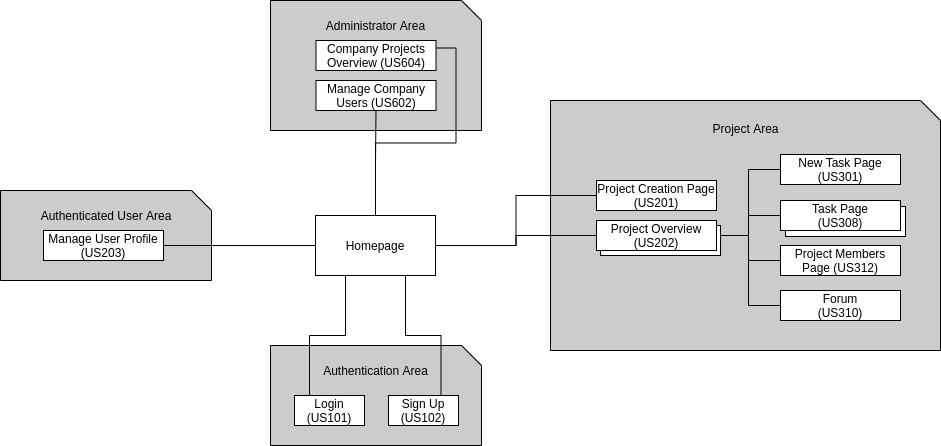
The draw.io diagram sitemap.png in HenriqueNPinho/FEUP-LBAW, before a commit. Source tidied: cells renumbered, new cells last; positions are measured from the earlier drawing's top-left corner, leaving out a move shared by most shapes.
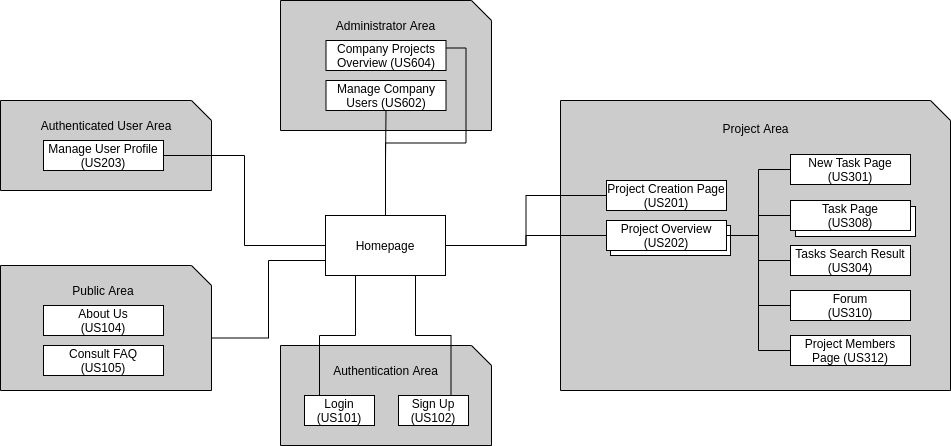
Later version of the same file.

Diff of the diagram source:
```diff
@@ -5,6 +5,9 @@
     <mxCell id="2" style="shape=card;whiteSpace=wrap;html=1;fillColor=#CCCCCC;align=center;size=20;flipV=0;flipH=1;" parent="1" vertex="1">
       <mxGeometry x="270" y="345" width="211" height="100" as="geometry" />
     </mxCell>
+    <mxCell id="35" style="edgeStyle=orthogonalEdgeStyle;rounded=0;jettySize=auto;html=1;exitX=0;exitY=0.75;exitDx=0;exitDy=0;entryX=0;entryY=0;entryDx=0;entryDy=72.5;entryPerimeter=0;endArrow=none;endFill=0;" parent="1" edge="1" source="3" target="37">
+      <mxGeometry relative="1" as="geometry" />
+    </mxCell>
     <mxCell id="3" value="Homepage" style="rounded=0;whiteSpace=wrap;html=1;" parent="1" vertex="1">
       <mxGeometry x="315" y="215" width="120" height="60" as="geometry" />
     </mxCell>
@@ -41,7 +44,7 @@
       <mxGeometry x="315.5" y="40" width="120" height="30" as="geometry" />
     </mxCell>
     <mxCell id="13" style="shape=card;whiteSpace=wrap;html=1;fillColor=#CCCCCC;align=center;size=20;flipV=0;flipH=1;strokeColor=default;fontColor=default;" parent="1" vertex="1">
-      <mxGeometry x="550" y="100" width="390" height="250" as="geometry" />
+      <mxGeometry x="550" y="100" width="390" height="290" as="geometry" />
     </mxCell>
     <mxCell id="14" value="Project Area" style="text;html=1;strokeColor=none;fillColor=none;align=center;verticalAlign=middle;whiteSpace=wrap;rounded=0;fontColor=default;" parent="1" vertex="1">
       <mxGeometry x="687.5" y="113" width="115" height="30" as="geometry" />
@@ -67,17 +70,17 @@
     <mxCell id="21" value="Project Creation Page&lt;br&gt;(US201)" style="rounded=0;whiteSpace=wrap;html=1;strokeColor=default;fontColor=default;" parent="1" vertex="1">
       <mxGeometry x="596" y="180" width="120" height="30" as="geometry" />
     </mxCell>
-    <mxCell id="22" value="Project Members Page (US312)" style="rounded=0;whiteSpace=wrap;html=1;strokeColor=default;fontColor=default;" parent="1" vertex="1">
+    <mxCell id="22" value="Tasks Search Result&lt;br&gt;(US304)" style="rounded=0;whiteSpace=wrap;html=1;strokeColor=default;fontColor=default;" parent="1" vertex="1">
       <mxGeometry x="780" y="245" width="120" height="30" as="geometry" />
     </mxCell>
     <mxCell id="23" style="shape=card;whiteSpace=wrap;html=1;fillColor=#CCCCCC;align=center;size=20;flipV=0;flipH=1;strokeColor=default;fontColor=default;" parent="1" vertex="1">
-      <mxGeometry y="190" width="211" height="90" as="geometry" />
+      <mxGeometry x="-10" y="100" width="211" height="90" as="geometry" />
     </mxCell>
     <mxCell id="24" value="Authenticated User Area" style="text;html=1;strokeColor=none;fillColor=none;align=center;verticalAlign=middle;whiteSpace=wrap;rounded=0;fontColor=default;" parent="1" vertex="1">
-      <mxGeometry x="22.5" y="200" width="166" height="30" as="geometry" />
+      <mxGeometry x="12.5" y="110" width="166" height="30" as="geometry" />
     </mxCell>
     <mxCell id="25" value="Manage User Profile&lt;br&gt;(US203)" style="rounded=0;whiteSpace=wrap;html=1;strokeColor=default;fontColor=default;" parent="1" vertex="1">
-      <mxGeometry x="43" y="230" width="120" height="30" as="geometry" />
+      <mxGeometry x="33" y="140" width="120" height="30" as="geometry" />
     </mxCell>
     <mxCell id="26" style="edgeStyle=orthogonalEdgeStyle;rounded=0;jettySize=auto;html=1;exitX=1;exitY=0.5;exitDx=0;exitDy=0;entryX=0;entryY=0.5;entryDx=0;entryDy=0;fontColor=default;strokeColor=default;labelBackgroundColor=default;endArrow=none;endFill=0;" parent="1" edge="1" source="3" target="21">
       <mxGeometry relative="1" as="geometry" />
@@ -97,6 +100,9 @@
     <mxCell id="31" style="edgeStyle=orthogonalEdgeStyle;rounded=0;jettySize=auto;html=1;exitX=1;exitY=0.25;exitDx=0;exitDy=0;entryX=0.5;entryY=0;entryDx=0;entryDy=0;labelBackgroundColor=default;fontColor=default;endArrow=none;endFill=0;strokeColor=default;" parent="1" edge="1" source="12" target="3">
       <mxGeometry relative="1" as="geometry" />
     </mxCell>
+    <mxCell id="36" style="edgeStyle=orthogonalEdgeStyle;rounded=0;jettySize=auto;html=1;exitX=1;exitY=0.5;exitDx=0;exitDy=0;entryX=0;entryY=0.5;entryDx=0;entryDy=0;endArrow=none;endFill=0;" parent="1" edge="1" source="32" target="41">
+      <mxGeometry relative="1" as="geometry" />
+    </mxCell>
     <mxCell id="32" value="Project Overview&lt;br&gt;(US202)" style="rounded=0;whiteSpace=wrap;html=1;strokeColor=default;fontColor=default;" parent="1" vertex="1">
       <mxGeometry x="596" y="220" width="120" height="30" as="geometry" />
     </mxCell>
@@ -106,5 +112,20 @@
     <mxCell id="34" value="Task Page&lt;br&gt;(US308)" style="rounded=0;whiteSpace=wrap;html=1;strokeColor=default;fontColor=default;" parent="1" vertex="1">
       <mxGeometry x="780" y="200" width="120" height="30" as="geometry" />
     </mxCell>
+    <mxCell id="37" style="shape=card;whiteSpace=wrap;html=1;fillColor=#CCCCCC;align=center;size=20;flipV=0;flipH=1;strokeColor=default;fontColor=default;" parent="1" vertex="1">
+      <mxGeometry x="-10" y="265" width="211" height="125" as="geometry" />
+    </mxCell>
+    <mxCell id="38" value="Public Area" style="text;html=1;strokeColor=none;fillColor=none;align=center;verticalAlign=middle;whiteSpace=wrap;rounded=0;fontColor=default;" parent="1" vertex="1">
+      <mxGeometry x="10" y="275" width="166" height="30" as="geometry" />
+    </mxCell>
+    <mxCell id="39" value="About Us&lt;br&gt;(US104)" style="rounded=0;whiteSpace=wrap;html=1;strokeColor=default;fontColor=default;" parent="1" vertex="1">
+      <mxGeometry x="33" y="305" width="120" height="30" as="geometry" />
+    </mxCell>
+    <mxCell id="40" value="Consult FAQ&lt;br&gt;(US105)" style="rounded=0;whiteSpace=wrap;html=1;strokeColor=default;fontColor=default;" parent="1" vertex="1">
+      <mxGeometry x="33" y="345" width="120" height="30" as="geometry" />
+    </mxCell>
+    <mxCell id="41" value="Project Members Page (US312)" style="rounded=0;whiteSpace=wrap;html=1;strokeColor=default;fontColor=default;" parent="1" vertex="1">
+      <mxGeometry x="780" y="335" width="120" height="30" as="geometry" />
+    </mxCell>
   </root>
 </mxGraphModel>
```
